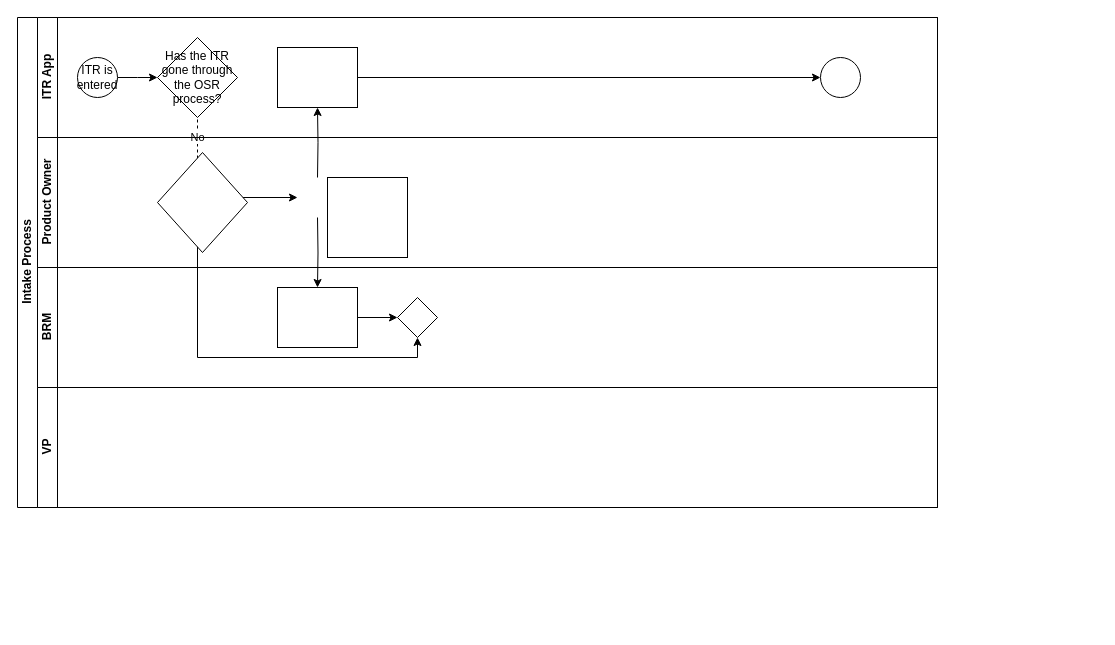
Before: Intake.drawio in RustyTruck/plc4trucksduck, a draw.io diagram. Source tidied: cells renumbered, new cells numbered last; positions are measured from the earlier drawing's top-left corner, leaving out a move shared by most shapes. Both pictures are drawn from the tidied source at 100%, with x=0, y=0 at pixel (17, 17).
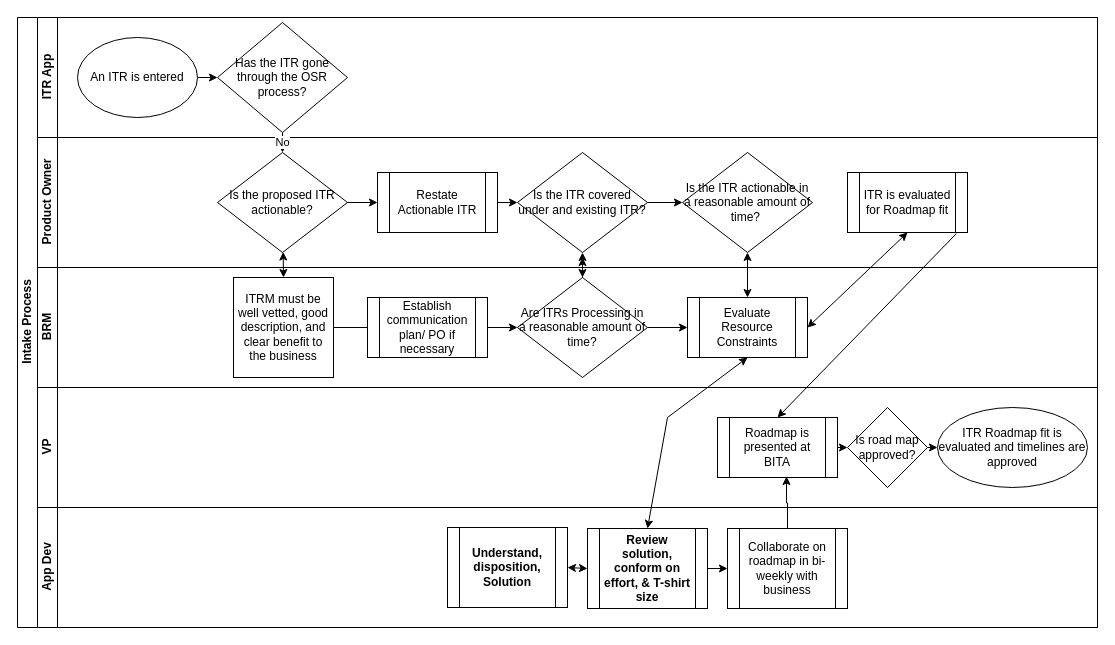
Above is the later version.

What changed in the source:
```diff
@@
     <mxCell id="2" value="Intake Process" style="swimlane;html=1;horizontal=0;startSize=20;" parent="1" vertex="1">
-      <mxGeometry width="920" height="490" as="geometry" />
+      <mxGeometry width="1080" height="610" as="geometry" />
     </mxCell>
+    <mxCell id="7" value="ITR App" style="swimlane;html=1;startSize=20;horizontal=0;" parent="2" vertex="1">
+      <mxGeometry x="20" width="1060" height="120" as="geometry" />
+    </mxCell>
+    <mxCell id="13" value="Has the ITR gone through the OSR process?" style="rhombus;whiteSpace=wrap;html=1;" parent="7" vertex="1">
+      <mxGeometry x="180" y="5" width="130" height="110" as="geometry" />
+    </mxCell>
+    <mxCell id="23" value="An ITR is entered" style="ellipse;whiteSpace=wrap;html=1;" parent="7" vertex="1">
+      <mxGeometry x="40" y="20" width="120" height="80" as="geometry" />
+    </mxCell>
+    <mxCell id="24" style="endArrow=classic;html=1;rounded=0;exitX=1;exitY=0.5;exitDx=0;exitDy=0;entryX=0;entryY=0.5;entryDx=0;entryDy=0;" parent="7" edge="1" source="23" target="13">
+      <mxGeometry relative="1" as="geometry" />
+    </mxCell>
+    <mxCell id="14" value="Product Owner" style="swimlane;html=1;startSize=20;horizontal=0;" parent="2" vertex="1">
+      <mxGeometry x="20" y="120" width="1060" height="130" as="geometry" />
+    </mxCell>
+    <mxCell id="17" value="Is the proposed ITR actionable?" style="rhombus;whiteSpace=wrap;html=1;" parent="14" vertex="1">
+      <mxGeometry x="180" y="15" width="130" height="100" as="geometry" />
+    </mxCell>
+    <mxCell id="25" value="Is the ITR covered under and existing ITR?" style="rhombus;whiteSpace=wrap;html=1;" parent="14" vertex="1">
+      <mxGeometry x="480" y="15" width="130" height="100" as="geometry" />
+    </mxCell>
+    <mxCell id="26" value="Is the ITR actionable in a reasonable amount of time?&amp;nbsp;" style="rhombus;whiteSpace=wrap;html=1;" parent="14" vertex="1">
+      <mxGeometry x="645" y="15" width="130" height="100" as="geometry" />
+    </mxCell>
+    <mxCell id="27" value="Restate Actionable ITR" style="shape=process;whiteSpace=wrap;html=1;backgroundOutline=1;" parent="14" vertex="1">
+      <mxGeometry x="340" y="35" width="120" height="60" as="geometry" />
+    </mxCell>
+    <mxCell id="28" style="endArrow=classic;html=1;rounded=0;exitX=1;exitY=0.5;exitDx=0;exitDy=0;entryX=0;entryY=0.5;entryDx=0;entryDy=0;" parent="14" edge="1" source="17" target="27">
+      <mxGeometry relative="1" as="geometry" />
+    </mxCell>
+    <mxCell id="29" style="endArrow=classic;html=1;rounded=0;exitX=1;exitY=0.5;exitDx=0;exitDy=0;entryX=0;entryY=0.5;entryDx=0;entryDy=0;" parent="14" edge="1" source="27" target="25">
+      <mxGeometry relative="1" as="geometry" />
+    </mxCell>
+    <mxCell id="30" style="endArrow=classic;html=1;rounded=0;exitX=1;exitY=0.5;exitDx=0;exitDy=0;entryX=0;entryY=0.5;entryDx=0;entryDy=0;" parent="14" edge="1" source="25" target="26">
+      <mxGeometry relative="1" as="geometry" />
+    </mxCell>
+    <mxCell id="31" value="ITR is evaluated for Roadmap fit" style="shape=process;whiteSpace=wrap;html=1;backgroundOutline=1;" parent="14" vertex="1">
+      <mxGeometry x="810" y="35" width="120" height="60" as="geometry" />
+    </mxCell>
+    <mxCell id="18" value="BRM" style="swimlane;html=1;startSize=20;horizontal=0;" parent="2" vertex="1">
+      <mxGeometry x="20" y="250" width="1060" height="120" as="geometry" />
+    </mxCell>
+    <mxCell id="32" value="Evaluate Resource Constraints" style="shape=process;whiteSpace=wrap;html=1;backgroundOutline=1;" parent="18" vertex="1">
+      <mxGeometry x="650" y="30" width="120" height="60" as="geometry" />
+    </mxCell>
+    <mxCell id="33" value="ITRM must be well vetted, good description, and clear benefit to the business" style="whiteSpace=wrap;html=1;" parent="18" vertex="1">
+      <mxGeometry x="196" y="10" width="100" height="100" as="geometry" />
+    </mxCell>
+    <mxCell id="34" value="Are ITRs Processing in a reasonable amount of time?" style="rhombus;whiteSpace=wrap;html=1;" parent="18" vertex="1">
+      <mxGeometry x="480" y="10" width="130" height="100" as="geometry" />
+    </mxCell>
+    <mxCell id="35" style="endArrow=classic;html=1;rounded=0;exitX=1;exitY=0.5;exitDx=0;exitDy=0;entryX=0;entryY=0.5;entryDx=0;entryDy=0;" parent="18" edge="1" source="33" target="34">
+      <mxGeometry relative="1" as="geometry" />
+    </mxCell>
+    <mxCell id="36" style="endArrow=classic;html=1;rounded=0;exitX=1;exitY=0.5;exitDx=0;exitDy=0;entryX=0;entryY=0.5;entryDx=0;entryDy=0;" parent="18" edge="1" source="34" target="32">
+      <mxGeometry relative="1" as="geometry" />
+    </mxCell>
+    <mxCell id="37" value="Establish communication plan/ PO if necessary" style="shape=process;whiteSpace=wrap;html=1;backgroundOutline=1;" parent="18" vertex="1">
+      <mxGeometry x="330" y="30" width="120" height="60" as="geometry" />
+    </mxCell>
+    <mxCell id="22" value="VP" style="swimlane;html=1;startSize=20;horizontal=0;" parent="2" vertex="1">
+      <mxGeometry x="20" y="370" width="1060" height="120" as="geometry" />
+    </mxCell>
+    <mxCell id="38" value="ITR Roadmap fit is evaluated and timelines are approved" style="ellipse;whiteSpace=wrap;html=1;" parent="22" vertex="1">
+      <mxGeometry x="900" y="20" width="150" height="80" as="geometry" />
+    </mxCell>
+    <mxCell id="39" style="edgeStyle=orthogonalEdgeStyle;rounded=0;jettySize=auto;html=1;exitX=1;exitY=0.5;exitDx=0;exitDy=0;entryX=0;entryY=0.5;entryDx=0;entryDy=0;" parent="22" edge="1" source="40" target="42">
+      <mxGeometry relative="1" as="geometry" />
+    </mxCell>
+    <mxCell id="40" value="Roadmap is presented at BITA" style="shape=process;whiteSpace=wrap;html=1;backgroundOutline=1;" parent="22" vertex="1">
+      <mxGeometry x="680" y="30" width="120" height="60" as="geometry" />
+    </mxCell>
+    <mxCell id="41" style="edgeStyle=orthogonalEdgeStyle;rounded=0;jettySize=auto;html=1;exitX=1;exitY=0.5;exitDx=0;exitDy=0;entryX=0;entryY=0.5;entryDx=0;entryDy=0;" parent="22" edge="1" source="42" target="38">
+      <mxGeometry relative="1" as="geometry" />
+    </mxCell>
+    <mxCell id="42" value="Is road map approved?" style="rhombus;whiteSpace=wrap;html=1;" parent="22" vertex="1">
+      <mxGeometry x="810" y="20" width="80" height="80" as="geometry" />
+    </mxCell>
+    <mxCell id="43" value="App Dev" style="swimlane;html=1;startSize=20;horizontal=0;" parent="2" vertex="1">
+      <mxGeometry x="20" y="490" width="1060" height="120" as="geometry" />
+    </mxCell>
+    <mxCell id="44" style="edgeStyle=orthogonalEdgeStyle;rounded=0;jettySize=auto;html=1;exitX=1;exitY=0.5;exitDx=0;exitDy=0;entryX=0;entryY=0.5;entryDx=0;entryDy=0;" parent="43" edge="1" source="45" target="46">
+      <mxGeometry relative="1" as="geometry" />
+    </mxCell>
+    <mxCell id="45" value="Review solution, conform on effort, &amp;amp; T-shirt size" style="shape=process;whiteSpace=wrap;html=1;backgroundOutline=1;fontStyle=1;" parent="43" vertex="1">
+      <mxGeometry x="550" y="21" width="120" height="80" as="geometry" />
+    </mxCell>
+    <mxCell id="46" value="Collaborate on roadmap in bi-weekly with business" style="shape=process;whiteSpace=wrap;html=1;backgroundOutline=1;" parent="43" vertex="1">
+      <mxGeometry x="690" y="21" width="120" height="80" as="geometry" />
+    </mxCell>
+    <mxCell id="47" value="Understand, disposition, Solution" style="shape=process;whiteSpace=wrap;html=1;backgroundOutline=1;fontStyle=1;" parent="43" vertex="1">
+      <mxGeometry x="410" y="20" width="120" height="80" as="geometry" />
+    </mxCell>
+    <mxCell id="48" style="endArrow=classic;startArrow=classic;html=1;rounded=0;entryX=0;entryY=0.5;entryDx=0;entryDy=0;" parent="43" edge="1" target="45">
+      <mxGeometry relative="1" as="geometry">
+        <mxPoint x="530" y="60" as="sourcePoint" />
+      </mxGeometry>
+    </mxCell>
-    <mxCell id="3" value="No" style="edgeStyle=orthogonalEdgeStyle;rounded=0;orthogonalLoop=1;jettySize=auto;html=1;dashed=1;endArrow=none;endFill=0;" parent="2" edge="1">
-      <mxGeometry relative="1" as="geometry">
-        <mxPoint x="180" y="90" as="sourcePoint" />
-        <mxPoint x="180" y="150" as="targetPoint" />
-      </mxGeometry>
+    <mxCell id="3" value="No" style="endArrow=classic;html=1;rounded=0;exitX=0.5;exitY=1;exitDx=0;exitDy=0;entryX=0.5;entryY=0;entryDx=0;entryDy=0;" parent="2" edge="1" source="13" target="17">
+      <mxGeometry relative="1" as="geometry" />
     </mxCell>
-    <mxCell id="4" style="edgeStyle=orthogonalEdgeStyle;rounded=0;jettySize=auto;html=1;endArrow=classic;endFill=1;" parent="2" edge="1" target="11">
-      <mxGeometry relative="1" as="geometry">
-        <mxPoint x="300" y="160" as="sourcePoint" />
-      </mxGeometry>
-    </mxCell>
-    <mxCell id="5" style="edgeStyle=orthogonalEdgeStyle;rounded=0;jettySize=auto;html=1;endArrow=classic;endFill=1;" parent="2" edge="1" target="20">
-      <mxGeometry relative="1" as="geometry">
-        <mxPoint x="300" y="200" as="sourcePoint" />
-      </mxGeometry>
-    </mxCell>
-    <mxCell id="6" style="edgeStyle=orthogonalEdgeStyle;rounded=0;jettySize=auto;html=1;endArrow=classic;endFill=1;" parent="2" edge="1" target="21">
-      <mxGeometry relative="1" as="geometry">
-        <mxPoint x="180" y="210" as="sourcePoint" />
-        <Array as="points">
-          <mxPoint x="180" y="340" />
-          <mxPoint x="400" y="340" />
-        </Array>
-      </mxGeometry>
-    </mxCell>
-    <mxCell id="7" value="ITR App" style="swimlane;html=1;startSize=20;horizontal=0;" parent="2" vertex="1">
-      <mxGeometry x="20" width="900" height="120" as="geometry" />
-    </mxCell>
-    <mxCell id="8" style="edgeStyle=orthogonalEdgeStyle;rounded=0;jettySize=auto;html=1;" parent="7" edge="1" source="9">
-      <mxGeometry relative="1" as="geometry">
-        <mxPoint x="120" y="60" as="targetPoint" />
-      </mxGeometry>
-    </mxCell>
-    <mxCell id="9" value="ITR is entered" style="ellipse;whiteSpace=wrap;html=1;" parent="7" vertex="1">
-      <mxGeometry x="40" y="40" width="40" height="40" as="geometry" />
-    </mxCell>
-    <mxCell id="10" style="edgeStyle=orthogonalEdgeStyle;rounded=0;jettySize=auto;html=1;endArrow=classic;endFill=1;" parent="7" edge="1" source="11" target="12">
-      <mxGeometry relative="1" as="geometry" />
-    </mxCell>
-    <mxCell id="11" style="rounded=0;whiteSpace=wrap;html=1;fontFamily=Helvetica;fontSize=12;fontColor=#000000;align=center;" parent="7" vertex="1">
-      <mxGeometry x="240" y="30" width="80" height="60" as="geometry" />
-    </mxCell>
-    <mxCell id="12" style="ellipse;whiteSpace=wrap;html=1;" parent="7" vertex="1">
-      <mxGeometry x="783" y="40" width="40" height="40" as="geometry" />
-    </mxCell>
-    <mxCell id="13" value="Has the ITR gone through the OSR process?" style="rhombus;whiteSpace=wrap;html=1;" parent="7" vertex="1">
-      <mxGeometry x="120" y="20" width="80" height="80" as="geometry" />
-    </mxCell>
-    <mxCell id="14" value="Product Owner" style="swimlane;html=1;startSize=20;horizontal=0;" parent="2" vertex="1">
-      <mxGeometry x="20" y="120" width="900" height="130" as="geometry" />
-    </mxCell>
-    <mxCell id="15" style="edgeStyle=orthogonalEdgeStyle;rounded=0;orthogonalLoop=1;jettySize=auto;html=1;endArrow=classic;endFill=1;" parent="14" edge="1">
-      <mxGeometry relative="1" as="geometry">
-        <mxPoint x="200" y="60" as="sourcePoint" />
-        <mxPoint x="260" y="60" as="targetPoint" />
-      </mxGeometry>
-    </mxCell>
-    <mxCell id="16" style="whiteSpace=wrap;html=1;" parent="14" vertex="1">
-      <mxGeometry x="290" y="40" width="80" height="80" as="geometry" />
-    </mxCell>
-    <mxCell id="17" style="rhombus;whiteSpace=wrap;html=1;" parent="14" vertex="1">
-      <mxGeometry x="120" y="15" width="90" height="100" as="geometry" />
-    </mxCell>
-    <mxCell id="18" value="BRM" style="swimlane;html=1;startSize=20;horizontal=0;" parent="2" vertex="1">
-      <mxGeometry x="20" y="250" width="900" height="120" as="geometry" />
-    </mxCell>
-    <mxCell id="19" style="edgeStyle=orthogonalEdgeStyle;rounded=0;jettySize=auto;html=1;endArrow=classic;endFill=1;" parent="18" edge="1" source="20" target="21">
-      <mxGeometry relative="1" as="geometry" />
-    </mxCell>
-    <mxCell id="20" style="rounded=0;whiteSpace=wrap;html=1;fontFamily=Helvetica;fontSize=12;fontColor=#000000;align=center;" parent="18" vertex="1">
-      <mxGeometry x="240" y="20" width="80" height="60" as="geometry" />
-    </mxCell>
-    <mxCell id="21" style="rhombus;whiteSpace=wrap;html=1;fontFamily=Helvetica;fontSize=12;fontColor=#000000;align=center;" parent="18" vertex="1">
-      <mxGeometry x="360" y="30" width="40" height="40" as="geometry" />
-    </mxCell>
-    <mxCell id="22" value="VP" style="swimlane;html=1;startSize=20;horizontal=0;" parent="2" vertex="1">
-      <mxGeometry x="20" y="370" width="900" height="120" as="geometry" />
-    </mxCell>
+    <mxCell id="49" style="endArrow=classic;startArrow=classic;html=1;rounded=0;exitX=0.5;exitY=0;exitDx=0;exitDy=0;" parent="2" edge="1" source="33" target="17">
+      <mxGeometry relative="1" as="geometry" />
+    </mxCell>
+    <mxCell id="50" style="edgeStyle=orthogonalEdgeStyle;rounded=0;jettySize=auto;html=1;" parent="2" edge="1" source="34" target="25">
+      <mxGeometry relative="1" as="geometry" />
+    </mxCell>
+    <mxCell id="51" style="endArrow=classic;startArrow=classic;html=1;rounded=0;entryX=0.5;entryY=1;entryDx=0;entryDy=0;exitX=0.5;exitY=0;exitDx=0;exitDy=0;" parent="2" edge="1" source="32" target="26">
+      <mxGeometry relative="1" as="geometry" />
+    </mxCell>
+    <mxCell id="52" style="endArrow=classic;startArrow=classic;html=1;rounded=0;exitX=0.5;exitY=0;exitDx=0;exitDy=0;entryX=0.5;entryY=1;entryDx=0;entryDy=0;" parent="2" edge="1" source="45" target="32">
+      <mxGeometry relative="1" as="geometry">
+        <Array as="points">
+          <mxPoint x="650" y="400" />
+        </Array>
+      </mxGeometry>
+    </mxCell>
+    <mxCell id="53" style="edgeStyle=orthogonalEdgeStyle;rounded=0;jettySize=auto;html=1;exitX=0.5;exitY=0;exitDx=0;exitDy=0;entryX=0.575;entryY=0.983;entryDx=0;entryDy=0;entryPerimeter=0;" parent="2" edge="1" source="46" target="40">
+      <mxGeometry relative="1" as="geometry" />
+    </mxCell>
+    <mxCell id="54" style="endArrow=classic;startArrow=classic;html=1;rounded=0;entryX=0.5;entryY=1;entryDx=0;entryDy=0;exitX=1;exitY=0.5;exitDx=0;exitDy=0;" parent="2" edge="1" source="32" target="31">
+      <mxGeometry relative="1" as="geometry" />
+    </mxCell>
+    <mxCell id="55" style="endArrow=classic;html=1;rounded=0;entryX=0.5;entryY=0;entryDx=0;entryDy=0;exitX=0.908;exitY=1.017;exitDx=0;exitDy=0;exitPerimeter=0;" parent="2" edge="1" source="31" target="40">
+      <mxGeometry relative="1" as="geometry" />
+    </mxCell>
+    <mxCell id="56" style="endArrow=classic;startArrow=classic;html=1;rounded=0;" parent="1" edge="1">
+      <mxGeometry relative="1" as="geometry">
+        <mxPoint x="565" y="260" as="sourcePoint" />
+        <mxPoint x="565" y="240" as="targetPoint" />
+      </mxGeometry>
+    </mxCell>
```
